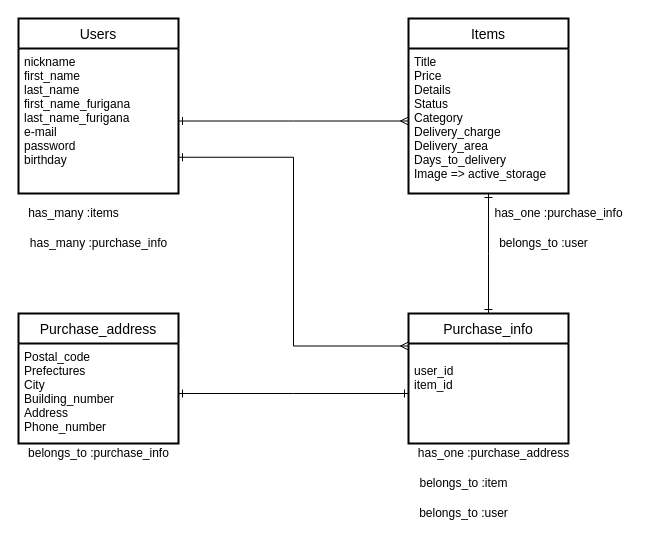
Earlier version of the draw.io diagram furima.dio (ukkiy-ray/furima-31064). Source tidied: cells renumbered, new cells numbered last; positions are measured from the earlier drawing's top-left corner, leaving out a move shared by most shapes. Both pictures are drawn from the tidied source at 100%, with x=0, y=0 at pixel (18, 18).
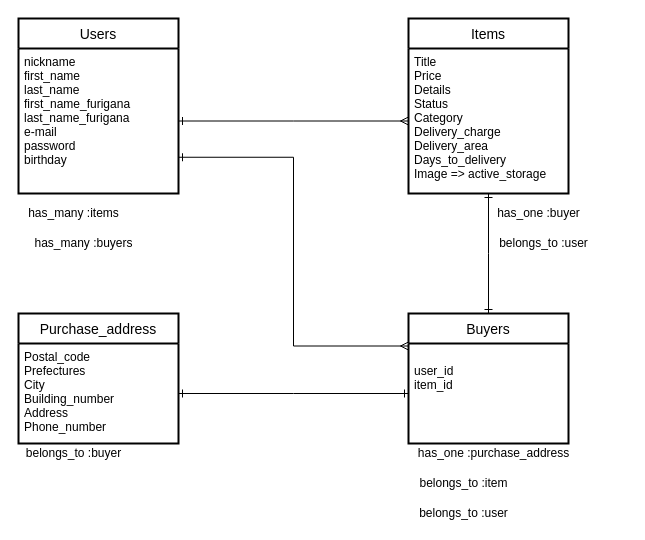
Above is the later version.

Commit message (it also covers changes not shown here):
テーブル名の変更

What changed in the source:
```diff
@@
-    <mxCell id="10" value="Purchase_info" style="swimlane;horizontal=1;startSize=30;rounded=0;fontSize=14;fontStyle=0;strokeWidth=2;shadow=0;dashed=0;align=center;" parent="1" vertex="1">
+    <mxCell id="10" value="Buyers" style="swimlane;horizontal=1;startSize=30;rounded=0;fontSize=14;fontStyle=0;strokeWidth=2;shadow=0;dashed=0;align=center;" parent="1" vertex="1">
       <mxGeometry x="390" y="295" width="160" height="130" as="geometry" />
     </mxCell>
@@
-    <mxCell id="14" value="belongs_to :purchase_info" style="text;html=1;align=center;verticalAlign=middle;" parent="1" vertex="1">
-      <mxGeometry y="425" width="160" height="20" as="geometry" />
+    <mxCell id="14" value="belongs_to :buyer" style="text;html=1;align=center;verticalAlign=middle;" parent="1" vertex="1">
+      <mxGeometry y="425" width="110" height="20" as="geometry" />
     </mxCell>
-    <mxCell id="15" value="has_one :purchase_info" style="text;html=1;align=center;verticalAlign=middle;" parent="1" vertex="1">
-      <mxGeometry x="470" y="185" width="140" height="20" as="geometry" />
+    <mxCell id="15" value="has_one :buyer" style="text;html=1;align=center;verticalAlign=middle;" parent="1" vertex="1">
+      <mxGeometry x="470" y="185" width="100" height="20" as="geometry" />
     </mxCell>
@@
-    <mxCell id="21" value="has_many :purchase_info" style="text;html=1;align=center;verticalAlign=middle;" parent="1" vertex="1">
-      <mxGeometry x="5" y="215" width="150" height="20" as="geometry" />
+    <mxCell id="21" value="has_many :buyers" style="text;html=1;align=center;verticalAlign=middle;" parent="1" vertex="1">
+      <mxGeometry x="10" y="215" width="110" height="20" as="geometry" />
     </mxCell>
```
